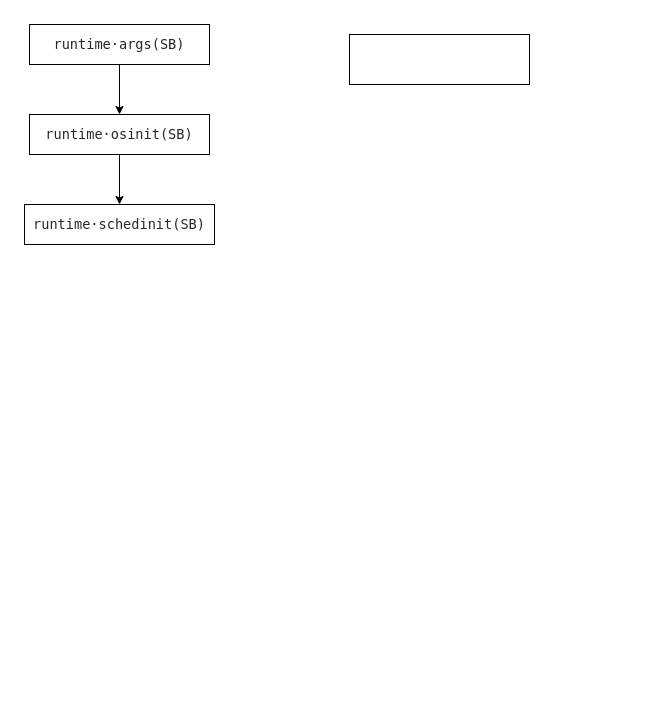
wxquare/wxquare.github.io keeps this draw.io diagram as source/diagrams/Go.drawio. Above is the earlier version. Source tidied: cells renumbered, new cells numbered last; positions are measured from the earlier drawing's top-left corner, leaving out a move shared by most shapes. Both pictures are drawn from the tidied source at 100%, with x=0, y=0 at pixel (24, 24).
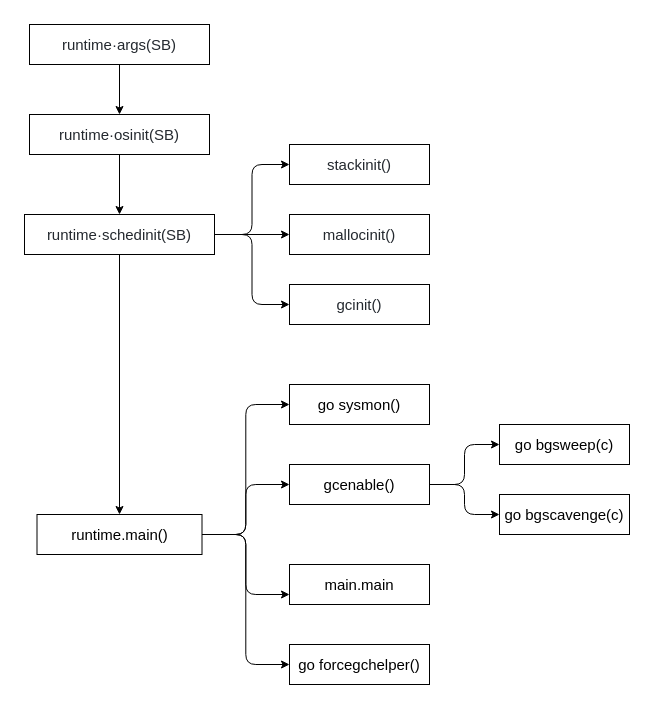
The same page after the edit.

What changed in the source:
```diff
@@
-    <mxCell id="2" style="edgeStyle=orthogonalEdgeStyle;rounded=0;jettySize=auto;html=1;exitX=0.5;exitY=1;exitDx=0;exitDy=0;" parent="1" edge="1" source="3" target="5">
+    <mxCell id="2" style="edgeStyle=orthogonalEdgeStyle;rounded=0;jettySize=auto;html=1;exitX=0.5;exitY=1;exitDx=0;exitDy=0;fontFamily=Helvetica;fontSize=15;" parent="1" edge="1" source="3" target="5">
       <mxGeometry relative="1" as="geometry" />
     </mxCell>
-    <mxCell id="3" value="&lt;pre style=&quot;box-sizing: border-box; font-family: ui-monospace, SFMono-Regular, &amp;quot;SF Mono&amp;quot;, Menlo, Consolas, &amp;quot;Liberation Mono&amp;quot;, monospace; font-size: 13.6px; margin-top: 0px; margin-bottom: 0px; overflow-wrap: normal; padding: 16px; overflow: auto; line-height: 1.45; background-color: var(--color-canvas-subtle); border-radius: 6px; word-break: normal; color: rgb(36, 41, 47); text-align: start;&quot;&gt;runtime·&lt;span style=&quot;box-sizing: border-box;&quot; class=&quot;pl-s1&quot;&gt;args&lt;/span&gt;(&lt;span style=&quot;box-sizing: border-box;&quot; class=&quot;pl-s1&quot;&gt;SB&lt;/span&gt;)&lt;/pre&gt;" style="rounded=0;whiteSpace=wrap;html=1;" parent="1" vertex="1">
+    <mxCell id="3" value="&lt;div style=&quot;box-sizing: border-box; font-size: 15px; margin-top: 0px; margin-bottom: 0px; overflow-wrap: normal; padding: 16px; overflow: auto; line-height: 1.45; background-color: var(--color-canvas-subtle); border-radius: 6px; word-break: normal; color: rgb(36, 41, 47); text-align: start;&quot;&gt;runtime·&lt;span style=&quot;box-sizing: border-box; font-size: 15px;&quot; class=&quot;pl-s1&quot;&gt;args&lt;/span&gt;(&lt;span style=&quot;box-sizing: border-box; font-size: 15px;&quot; class=&quot;pl-s1&quot;&gt;SB&lt;/span&gt;)&lt;/div&gt;" style="rounded=0;whiteSpace=wrap;html=1;fontFamily=Helvetica;fontSize=15;" parent="1" vertex="1">
       <mxGeometry x="5" width="180" height="40" as="geometry" />
     </mxCell>
-    <mxCell id="4" style="edgeStyle=orthogonalEdgeStyle;rounded=0;jettySize=auto;html=1;exitX=0.5;exitY=1;exitDx=0;exitDy=0;" parent="1" edge="1" source="5" target="6">
+    <mxCell id="4" style="edgeStyle=orthogonalEdgeStyle;rounded=0;jettySize=auto;html=1;exitX=0.5;exitY=1;exitDx=0;exitDy=0;fontFamily=Helvetica;fontSize=15;" parent="1" edge="1" source="5" target="6">
       <mxGeometry relative="1" as="geometry" />
     </mxCell>
-    <mxCell id="5" value="&lt;pre style=&quot;box-sizing: border-box; font-family: ui-monospace, SFMono-Regular, &amp;quot;SF Mono&amp;quot;, Menlo, Consolas, &amp;quot;Liberation Mono&amp;quot;, monospace; font-size: 13.6px; margin-top: 0px; margin-bottom: 0px; overflow-wrap: normal; padding: 16px; overflow: auto; line-height: 1.45; background-color: var(--color-canvas-subtle); border-radius: 6px; word-break: normal; color: rgb(36, 41, 47); text-align: start;&quot;&gt;runtime·&lt;span style=&quot;box-sizing: border-box;&quot; class=&quot;pl-s1&quot;&gt;osinit&lt;/span&gt;(&lt;span style=&quot;box-sizing: border-box;&quot; class=&quot;pl-s1&quot;&gt;SB&lt;/span&gt;)&lt;/pre&gt;" style="rounded=0;whiteSpace=wrap;html=1;" parent="1" vertex="1">
+    <mxCell id="5" value="&lt;div style=&quot;box-sizing: border-box; font-size: 15px; margin-top: 0px; margin-bottom: 0px; overflow-wrap: normal; padding: 16px; overflow: auto; line-height: 1.45; background-color: var(--color-canvas-subtle); border-radius: 6px; word-break: normal; color: rgb(36, 41, 47); text-align: start;&quot;&gt;runtime·&lt;span style=&quot;box-sizing: border-box; font-size: 15px;&quot; class=&quot;pl-s1&quot;&gt;osinit&lt;/span&gt;(&lt;span style=&quot;box-sizing: border-box; font-size: 15px;&quot; class=&quot;pl-s1&quot;&gt;SB&lt;/span&gt;)&lt;/div&gt;" style="rounded=0;whiteSpace=wrap;html=1;fontFamily=Helvetica;fontSize=15;" parent="1" vertex="1">
       <mxGeometry x="5" y="90" width="180" height="40" as="geometry" />
     </mxCell>
+    <mxCell id="8" style="edgeStyle=orthogonalEdgeStyle;rounded=1;jettySize=auto;html=1;exitX=1;exitY=0.5;exitDx=0;exitDy=0;entryX=0;entryY=0.5;entryDx=0;entryDy=0;fontFamily=Helvetica;fontSize=15;" parent="1" edge="1" source="6" target="7">
+      <mxGeometry relative="1" as="geometry" />
+    </mxCell>
+    <mxCell id="9" style="edgeStyle=orthogonalEdgeStyle;rounded=1;jettySize=auto;html=1;exitX=1;exitY=0.5;exitDx=0;exitDy=0;entryX=0;entryY=0.5;entryDx=0;entryDy=0;fontFamily=Helvetica;fontSize=15;" parent="1" edge="1" source="6" target="12">
+      <mxGeometry relative="1" as="geometry" />
+    </mxCell>
+    <mxCell id="10" style="edgeStyle=orthogonalEdgeStyle;rounded=1;jettySize=auto;html=1;exitX=1;exitY=0.5;exitDx=0;exitDy=0;entryX=0;entryY=0.5;entryDx=0;entryDy=0;fontFamily=Helvetica;fontSize=15;" parent="1" edge="1" source="6" target="13">
+      <mxGeometry relative="1" as="geometry" />
+    </mxCell>
+    <mxCell id="11" style="edgeStyle=orthogonalEdgeStyle;rounded=1;jettySize=auto;html=1;exitX=0.5;exitY=1;exitDx=0;exitDy=0;fontFamily=Helvetica;fontSize=15;" parent="1" edge="1" source="6" target="18">
+      <mxGeometry relative="1" as="geometry" />
+    </mxCell>
-    <mxCell id="6" value="&lt;pre style=&quot;box-sizing: border-box; font-family: ui-monospace, SFMono-Regular, &amp;quot;SF Mono&amp;quot;, Menlo, Consolas, &amp;quot;Liberation Mono&amp;quot;, monospace; font-size: 13.6px; margin-top: 0px; margin-bottom: 0px; overflow-wrap: normal; padding: 16px; overflow: auto; line-height: 1.45; background-color: var(--color-canvas-subtle); border-radius: 6px; word-break: normal; color: rgb(36, 41, 47); text-align: start;&quot;&gt;runtime·&lt;span style=&quot;box-sizing: border-box;&quot; class=&quot;pl-s1&quot;&gt;schedinit&lt;/span&gt;(&lt;span style=&quot;box-sizing: border-box;&quot; class=&quot;pl-s1&quot;&gt;SB&lt;/span&gt;)&lt;/pre&gt;" style="rounded=0;whiteSpace=wrap;html=1;" parent="1" vertex="1">
-      <mxGeometry y="180" width="190" height="40" as="geometry" />
+    <mxCell id="6" value="&lt;div style=&quot;box-sizing: border-box; font-size: 15px; margin-top: 0px; margin-bottom: 0px; overflow-wrap: normal; padding: 16px; overflow: auto; line-height: 1.45; background-color: var(--color-canvas-subtle); border-radius: 6px; word-break: normal; color: rgb(36, 41, 47); text-align: start;&quot;&gt;runtime·&lt;span style=&quot;box-sizing: border-box; font-size: 15px;&quot; class=&quot;pl-s1&quot;&gt;schedinit&lt;/span&gt;(&lt;span style=&quot;box-sizing: border-box; font-size: 15px;&quot; class=&quot;pl-s1&quot;&gt;SB&lt;/span&gt;)&lt;/div&gt;" style="rounded=0;whiteSpace=wrap;html=1;fontFamily=Helvetica;fontSize=15;" parent="1" vertex="1">
+      <mxGeometry y="190" width="190" height="40" as="geometry" />
     </mxCell>
-    <mxCell id="7" style="rounded=0;whiteSpace=wrap;html=1;" parent="1" vertex="1">
-      <mxGeometry x="325" y="10" width="180" height="50" as="geometry" />
+    <mxCell id="7" value="&lt;div style=&quot;box-sizing: border-box; font-size: 15px; margin-top: 0px; margin-bottom: 0px; overflow-wrap: normal; padding: 16px; overflow: auto; line-height: 1.45; background-color: var(--color-canvas-subtle); border-radius: 6px; word-break: normal; color: rgb(36, 41, 47); text-align: start;&quot;&gt;stackinit()&lt;/div&gt;" style="rounded=0;whiteSpace=wrap;html=1;fontFamily=Helvetica;fontSize=15;" parent="1" vertex="1">
+      <mxGeometry x="265" y="120" width="140" height="40" as="geometry" />
     </mxCell>
+    <mxCell id="12" value="&lt;div style=&quot;box-sizing: border-box; font-size: 15px; margin-top: 0px; margin-bottom: 0px; overflow-wrap: normal; padding: 16px; overflow: auto; line-height: 1.45; background-color: var(--color-canvas-subtle); border-radius: 6px; word-break: normal; color: rgb(36, 41, 47); text-align: start;&quot;&gt;&lt;div style=&quot;box-sizing: border-box; margin-top: 0px; margin-bottom: 0px; overflow-wrap: normal; padding: 16px; overflow: auto; line-height: 1.45; background-color: var(--color-canvas-subtle); border-radius: 6px; word-break: normal; font-size: 15px;&quot;&gt;mallocinit()&lt;/div&gt;&lt;/div&gt;" style="rounded=0;whiteSpace=wrap;html=1;fontFamily=Helvetica;fontSize=15;" parent="1" vertex="1">
+      <mxGeometry x="265" y="190" width="140" height="40" as="geometry" />
+    </mxCell>
+    <mxCell id="13" value="&lt;div style=&quot;box-sizing: border-box; font-size: 15px; margin-top: 0px; margin-bottom: 0px; overflow-wrap: normal; padding: 16px; overflow: auto; line-height: 1.45; background-color: var(--color-canvas-subtle); border-radius: 6px; word-break: normal; color: rgb(36, 41, 47); text-align: start;&quot;&gt;&lt;div style=&quot;box-sizing: border-box; margin-top: 0px; margin-bottom: 0px; overflow-wrap: normal; padding: 16px; overflow: auto; line-height: 1.45; background-color: var(--color-canvas-subtle); border-radius: 6px; word-break: normal; font-size: 15px;&quot;&gt;gcinit()&lt;/div&gt;&lt;/div&gt;" style="rounded=0;whiteSpace=wrap;html=1;fontFamily=Helvetica;fontSize=15;" parent="1" vertex="1">
+      <mxGeometry x="265" y="260" width="140" height="40" as="geometry" />
+    </mxCell>
+    <mxCell id="14" style="edgeStyle=orthogonalEdgeStyle;rounded=1;jettySize=auto;html=1;exitX=1;exitY=0.5;exitDx=0;exitDy=0;entryX=0;entryY=0.5;entryDx=0;entryDy=0;fontFamily=Helvetica;fontSize=15;" parent="1" edge="1" source="18" target="21">
+      <mxGeometry relative="1" as="geometry" />
+    </mxCell>
+    <mxCell id="15" style="edgeStyle=orthogonalEdgeStyle;rounded=1;jettySize=auto;html=1;exitX=1;exitY=0.5;exitDx=0;exitDy=0;entryX=0;entryY=0.5;entryDx=0;entryDy=0;fontFamily=Helvetica;fontSize=15;" parent="1" edge="1" source="18" target="22">
+      <mxGeometry relative="1" as="geometry" />
+    </mxCell>
+    <mxCell id="16" style="edgeStyle=orthogonalEdgeStyle;rounded=1;jettySize=auto;html=1;exitX=1;exitY=0.5;exitDx=0;exitDy=0;entryX=0;entryY=0.5;entryDx=0;entryDy=0;fontFamily=Helvetica;fontSize=15;" parent="1" edge="1" source="18" target="23">
+      <mxGeometry relative="1" as="geometry" />
+    </mxCell>
+    <mxCell id="17" style="edgeStyle=orthogonalEdgeStyle;rounded=1;jettySize=auto;html=1;exitX=1;exitY=0.5;exitDx=0;exitDy=0;entryX=0;entryY=0.75;entryDx=0;entryDy=0;fontFamily=Helvetica;fontSize=15;" parent="1" edge="1" source="18" target="26">
+      <mxGeometry relative="1" as="geometry" />
+    </mxCell>
+    <mxCell id="18" value="runtime.main()" style="rounded=0;whiteSpace=wrap;html=1;fontFamily=Helvetica;fontSize=15;" parent="1" vertex="1">
+      <mxGeometry x="12.5" y="490" width="165" height="40" as="geometry" />
+    </mxCell>
+    <mxCell id="19" style="edgeStyle=orthogonalEdgeStyle;rounded=1;jettySize=auto;html=1;exitX=1;exitY=0.5;exitDx=0;exitDy=0;entryX=0;entryY=0.5;entryDx=0;entryDy=0;fontFamily=Helvetica;fontSize=15;" parent="1" edge="1" source="21" target="24">
+      <mxGeometry relative="1" as="geometry" />
+    </mxCell>
+    <mxCell id="20" style="edgeStyle=orthogonalEdgeStyle;rounded=1;jettySize=auto;html=1;exitX=1;exitY=0.5;exitDx=0;exitDy=0;entryX=0;entryY=0.5;entryDx=0;entryDy=0;fontFamily=Helvetica;fontSize=15;" parent="1" edge="1" source="21" target="25">
+      <mxGeometry relative="1" as="geometry" />
+    </mxCell>
+    <mxCell id="21" value="gcenable()" style="rounded=0;whiteSpace=wrap;html=1;fontFamily=Helvetica;fontSize=15;" parent="1" vertex="1">
+      <mxGeometry x="265" y="440" width="140" height="40" as="geometry" />
+    </mxCell>
+    <mxCell id="22" value="go sysmon()" style="rounded=0;whiteSpace=wrap;html=1;fontFamily=Helvetica;fontSize=15;" parent="1" vertex="1">
+      <mxGeometry x="265" y="360" width="140" height="40" as="geometry" />
+    </mxCell>
+    <mxCell id="23" value="go forcegchelper()" style="rounded=0;whiteSpace=wrap;html=1;fontFamily=Helvetica;fontSize=15;" parent="1" vertex="1">
+      <mxGeometry x="265" y="620" width="140" height="40" as="geometry" />
+    </mxCell>
+    <mxCell id="24" value="go bgsweep(c)" style="rounded=0;whiteSpace=wrap;html=1;fontFamily=Helvetica;fontSize=15;" parent="1" vertex="1">
+      <mxGeometry x="475" y="400" width="130" height="40" as="geometry" />
+    </mxCell>
+    <mxCell id="25" value="go bgscavenge(c)" style="rounded=0;whiteSpace=wrap;html=1;fontFamily=Helvetica;fontSize=15;" parent="1" vertex="1">
+      <mxGeometry x="475" y="470" width="130" height="40" as="geometry" />
+    </mxCell>
+    <mxCell id="26" value="main.main" style="rounded=0;whiteSpace=wrap;html=1;fontFamily=Helvetica;fontSize=15;" parent="1" vertex="1">
+      <mxGeometry x="265" y="540" width="140" height="40" as="geometry" />
+    </mxCell>
```
